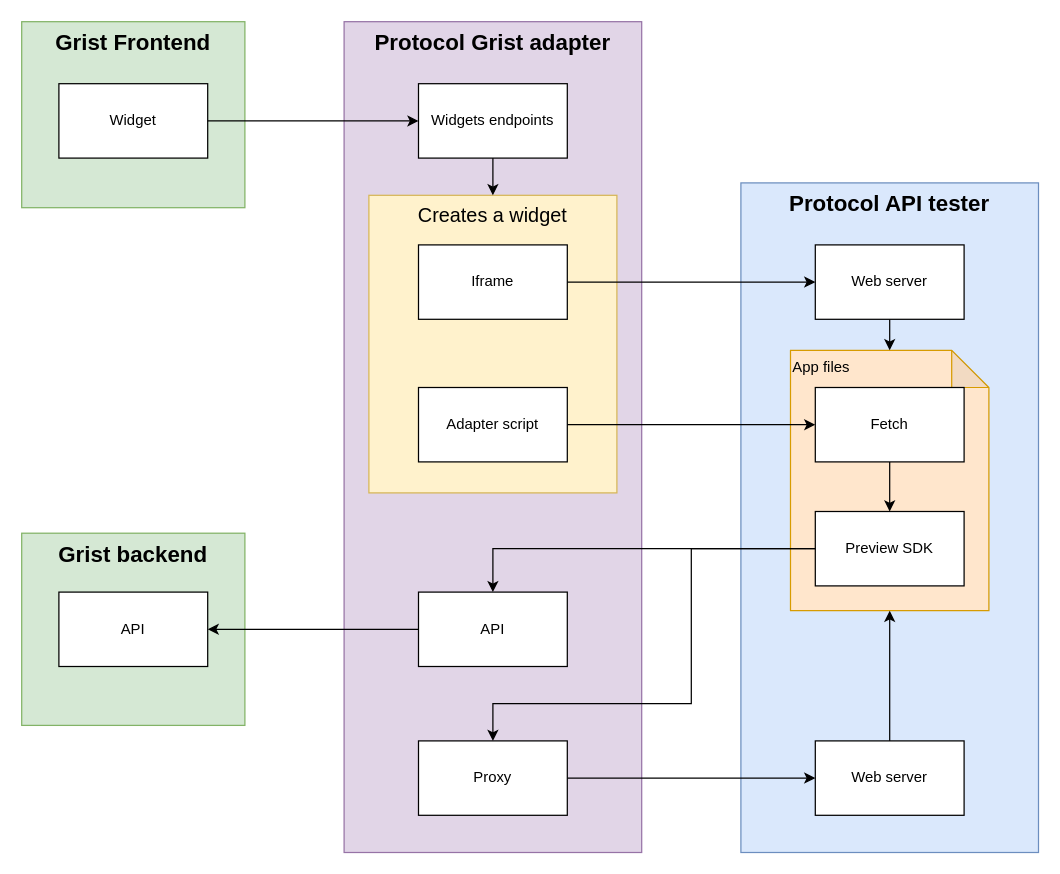
Above: doc/protocol-grist-adapter.drawio in Servant-Cities/protocol-grist-adapter (draw.io), before the change. Source tidied: cells renumbered, new cells numbered last; positions are measured from the earlier drawing's top-left corner, leaving out a move shared by most shapes. Both pictures are drawn from the tidied source at 124%, with x=0, y=0 at pixel (21, 21).
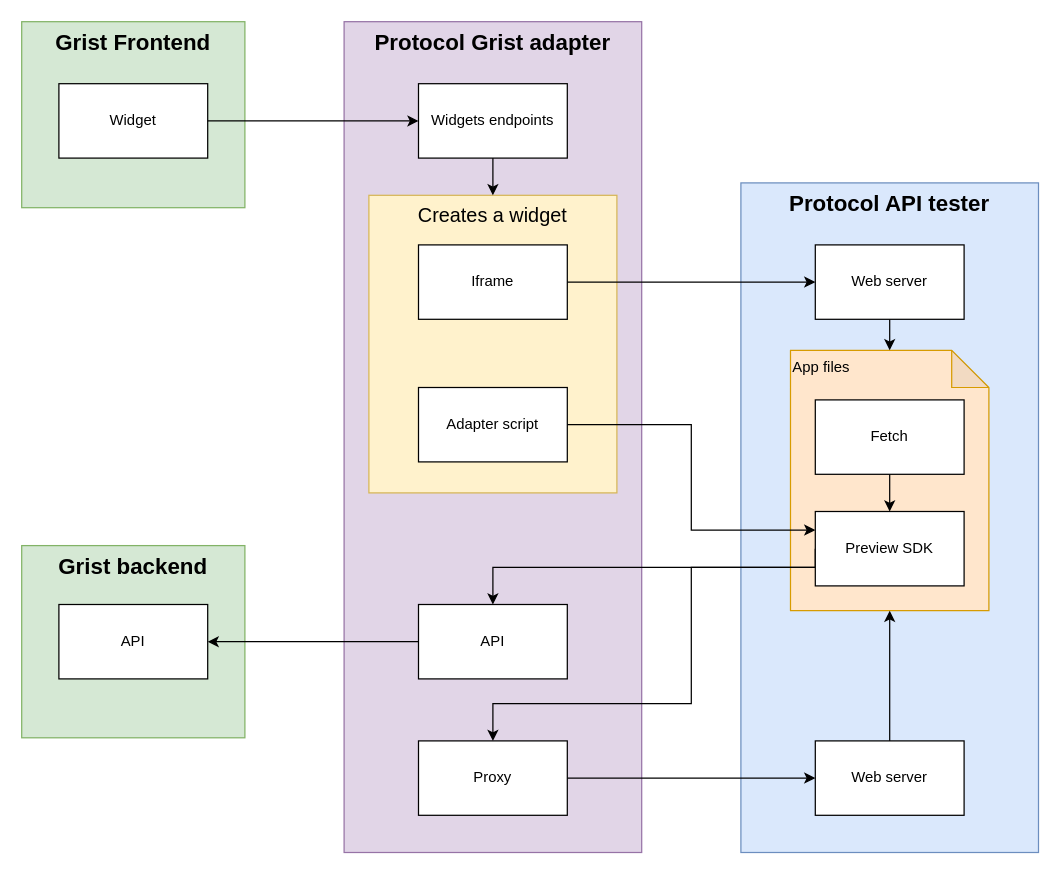
After the change.

Commit message (it also covers changes not shown here):
doc: 🍱 Fixes architecture diagram

The change refers to these unchanged cells:
```xml
<mxCell id="5" value="Adapter script" style="rounded=0;whiteSpace=wrap;html=1;verticalAlign=middle;" parent="1" vertex="1">
  <mxGeometry x="320" y="295" width="120" height="60" as="geometry" />
</mxCell>
<mxCell id="16" value="Preview SDK" style="rounded=0;whiteSpace=wrap;html=1;" parent="1" vertex="1">
  <mxGeometry x="640" y="395" width="120" height="60" as="geometry" />
</mxCell>
<mxCell id="26" value="Proxy" style="rounded=0;whiteSpace=wrap;html=1;verticalAlign=middle;" parent="1" vertex="1">
  <mxGeometry x="320" y="580" width="120" height="60" as="geometry" />
</mxCell>
```

What changed in the source:
```diff
@@
     <mxCell id="8" value="&lt;font style=&quot;font-size: 18px;&quot;&gt;&lt;b&gt;Grist backend&lt;/b&gt;&lt;/font&gt;" style="rounded=0;whiteSpace=wrap;html=1;verticalAlign=top;fillColor=#d5e8d4;strokeColor=#82b366;" parent="1" vertex="1">
-      <mxGeometry y="412.5" width="180" height="155" as="geometry" />
+      <mxGeometry y="422.5" width="180" height="155" as="geometry" />
     </mxCell>
     <mxCell id="9" value="API" style="rounded=0;whiteSpace=wrap;html=1;" parent="1" vertex="1">
-      <mxGeometry x="30" y="460" width="120" height="60" as="geometry" />
+      <mxGeometry x="30" y="470" width="120" height="60" as="geometry" />
     </mxCell>
@@
     <mxCell id="15" style="edgeStyle=orthogonalEdgeStyle;rounded=0;jettySize=auto;html=1;entryX=0.5;entryY=0;entryDx=0;entryDy=0;exitX=0;exitY=0.5;exitDx=0;exitDy=0;" parent="1" edge="1" source="16" target="26">
       <mxGeometry relative="1" as="geometry">
         <Array as="points">
-          <mxPoint x="540" y="425" />
+          <mxPoint x="640" y="440" />
+          <mxPoint x="540" y="440" />
           <mxPoint x="540" y="550" />
           <mxPoint x="380" y="550" />
         </Array>
       </mxGeometry>
     </mxCell>
+    <mxCell id="27" style="edgeStyle=orthogonalEdgeStyle;rounded=0;jettySize=auto;html=1;entryX=0.5;entryY=0;entryDx=0;entryDy=0;exitX=0;exitY=0.75;exitDx=0;exitDy=0;" parent="1" edge="1" source="16" target="29">
+      <mxGeometry relative="1" as="geometry" />
+    </mxCell>
@@
     <mxCell id="18" value="Fetch" style="rounded=0;whiteSpace=wrap;html=1;" parent="1" vertex="1">
-      <mxGeometry x="640" y="295" width="120" height="60" as="geometry" />
+      <mxGeometry x="640" y="305" width="120" height="60" as="geometry" />
     </mxCell>
@@
-    <mxCell id="21" style="edgeStyle=orthogonalEdgeStyle;rounded=0;jettySize=auto;html=1;entryX=0;entryY=0.5;entryDx=0;entryDy=0;" parent="1" edge="1" source="5" target="18">
+    <mxCell id="21" style="edgeStyle=orthogonalEdgeStyle;rounded=0;jettySize=auto;html=1;entryX=0;entryY=0.25;entryDx=0;entryDy=0;" parent="1" edge="1" source="5" target="16">
       <mxGeometry relative="1" as="geometry" />
     </mxCell>
@@
-    <mxCell id="27" style="edgeStyle=orthogonalEdgeStyle;rounded=0;jettySize=auto;html=1;entryX=0.5;entryY=0;entryDx=0;entryDy=0;exitX=0;exitY=0.5;exitDx=0;exitDy=0;" parent="1" edge="1" source="16" target="29">
-      <mxGeometry relative="1" as="geometry" />
-    </mxCell>
@@
     <mxCell id="29" value="API" style="rounded=0;whiteSpace=wrap;html=1;verticalAlign=middle;" parent="1" vertex="1">
-      <mxGeometry x="320" y="460" width="120" height="60" as="geometry" />
+      <mxGeometry x="320" y="470" width="120" height="60" as="geometry" />
     </mxCell>
```
